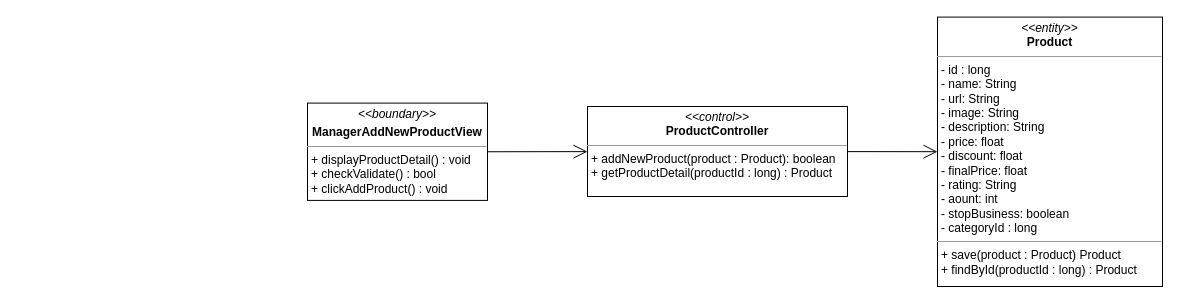
Above: class diagram/manager-update-product-class-diagram.drawio in nguyenphamvan/datn_20202 (draw.io), before the change. Source tidied: cells renumbered, new cells numbered last; positions are measured from the earlier drawing's top-left corner, leaving out a move shared by most shapes. Both pictures are drawn from the tidied source at 100%, with x=0, y=0 at pixel (307, 17).
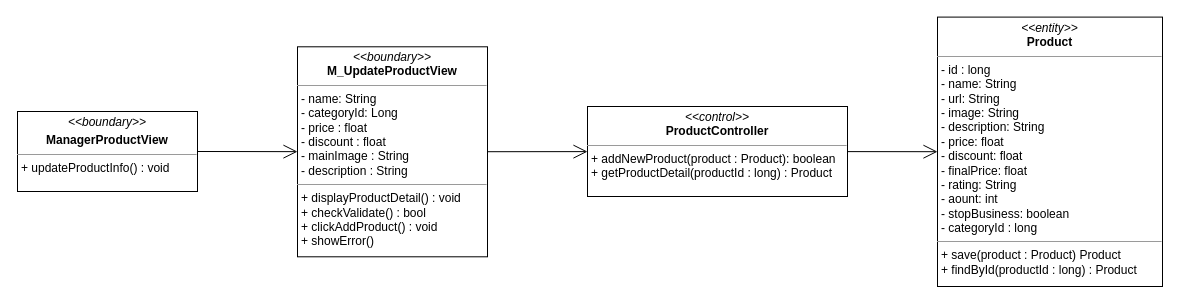
After the change.

The edit, as a diff of the source:
```diff
@@
 <mxGraphModel>
   <root>
     <mxCell id="0" />
     <mxCell id="1" parent="0" />
-    <mxCell id="2" value="&lt;p style=&quot;margin: 0px ; margin-top: 4px ; text-align: center&quot;&gt;&lt;i&gt;&amp;lt;&amp;lt;boundary&amp;gt;&amp;gt;&lt;/i&gt;&lt;/p&gt;&lt;p style=&quot;margin: 0px ; margin-top: 4px ; text-align: center&quot;&gt;&lt;b&gt;ManagerAddNewProductView&lt;/b&gt;&lt;/p&gt;&lt;hr size=&quot;1&quot;&gt;&lt;p style=&quot;margin: 0px ; margin-left: 4px&quot;&gt;&lt;span&gt;+ displayProductDetail() : void&lt;/span&gt;&lt;/p&gt;&lt;p style=&quot;margin: 0px ; margin-left: 4px&quot;&gt;&lt;span&gt;+ checkValidate() : bool&lt;/span&gt;&lt;/p&gt;&lt;p style=&quot;margin: 0px ; margin-left: 4px&quot;&gt;&lt;span&gt;+ clickAddProduct() : void&lt;/span&gt;&lt;/p&gt;" style="verticalAlign=top;align=left;overflow=fill;fontSize=12;fontFamily=Helvetica;html=1;" parent="1" vertex="1">
-      <mxGeometry y="85.6" width="180" height="97.3" as="geometry" />
+    <mxCell id="2" value="&lt;p style=&quot;margin: 0px ; margin-top: 4px ; text-align: center&quot;&gt;&lt;i&gt;&amp;lt;&amp;lt;boundary&amp;gt;&amp;gt;&lt;/i&gt;&lt;/p&gt;&lt;p style=&quot;margin: 0px ; margin-top: 4px ; text-align: center&quot;&gt;&lt;b&gt;ManagerProductView&lt;/b&gt;&lt;/p&gt;&lt;hr size=&quot;1&quot;&gt;&lt;p style=&quot;margin: 0px ; margin-left: 4px&quot;&gt;&lt;span&gt;+ updateProductInfo() : void&lt;br&gt;&lt;/span&gt;&lt;/p&gt;" style="verticalAlign=top;align=left;overflow=fill;fontSize=12;fontFamily=Helvetica;html=1;" parent="1" vertex="1">
+      <mxGeometry x="-290" y="94" width="180" height="80" as="geometry" />
     </mxCell>
-    <mxCell id="3" style="endArrow=open;endFill=1;endSize=12;html=1;exitX=1;exitY=0.5;exitDx=0;exitDy=0;" parent="1" edge="1" source="2" target="4">
+    <mxCell id="3" style="endArrow=open;endFill=1;endSize=12;html=1;exitX=1;exitY=0.5;exitDx=0;exitDy=0;" parent="1" edge="1" source="2" target="7">
       <mxGeometry relative="1" as="geometry" />
     </mxCell>
     <mxCell id="4" value="&lt;p style=&quot;margin: 0px ; margin-top: 4px ; text-align: center&quot;&gt;&lt;i&gt;&amp;lt;&amp;lt;control&amp;gt;&amp;gt;&lt;/i&gt;&lt;br&gt;&lt;b&gt;ProductController&lt;/b&gt;&lt;/p&gt;&lt;hr size=&quot;1&quot;&gt;&lt;p style=&quot;margin: 0px ; margin-left: 4px&quot;&gt;+ addNewProduct(product : Product): boolean&lt;br&gt;&lt;/p&gt;&lt;p style=&quot;margin: 0px ; margin-left: 4px&quot;&gt;+ getProductDetail(productId : long) : Product&lt;/p&gt;" style="verticalAlign=top;align=left;overflow=fill;fontSize=12;fontFamily=Helvetica;html=1;" parent="1" vertex="1">
       <mxGeometry x="280" y="89" width="260" height="90" as="geometry" />
     </mxCell>
     <mxCell id="5" value="&lt;p style=&quot;margin: 0px ; margin-top: 4px ; text-align: center&quot;&gt;&lt;i&gt;&amp;lt;&amp;lt;entity&amp;gt;&amp;gt;&lt;/i&gt;&lt;br&gt;&lt;b&gt;Product&lt;/b&gt;&lt;/p&gt;&lt;hr size=&quot;1&quot;&gt;&lt;p style=&quot;margin: 0px ; margin-left: 4px&quot;&gt;- id : long&lt;/p&gt;&lt;p style=&quot;margin: 0px ; margin-left: 4px&quot;&gt;- name: String&lt;br&gt;- url: String&lt;/p&gt;&lt;p style=&quot;margin: 0px ; margin-left: 4px&quot;&gt;- image: String&lt;/p&gt;&lt;p style=&quot;margin: 0px ; margin-left: 4px&quot;&gt;- description: String&lt;/p&gt;&lt;p style=&quot;margin: 0px ; margin-left: 4px&quot;&gt;- price: float&lt;/p&gt;&lt;p style=&quot;margin: 0px ; margin-left: 4px&quot;&gt;- discount: float&lt;/p&gt;&lt;p style=&quot;margin: 0px ; margin-left: 4px&quot;&gt;- finalPrice: float&lt;/p&gt;&lt;p style=&quot;margin: 0px ; margin-left: 4px&quot;&gt;- rating: String&lt;/p&gt;&lt;p style=&quot;margin: 0px ; margin-left: 4px&quot;&gt;- aount: int&lt;/p&gt;&lt;p style=&quot;margin: 0px ; margin-left: 4px&quot;&gt;- stopBusiness: boolean&lt;/p&gt;&lt;p style=&quot;margin: 0px ; margin-left: 4px&quot;&gt;- categoryId : long&lt;/p&gt;&lt;hr size=&quot;1&quot;&gt;&lt;p style=&quot;margin: 0px ; margin-left: 4px&quot;&gt;+ save(product : Product) Product&lt;/p&gt;&lt;p style=&quot;margin: 0px ; margin-left: 4px&quot;&gt;+ findById(productId : long) : Product&lt;/p&gt;" style="verticalAlign=top;align=left;overflow=fill;fontSize=12;fontFamily=Helvetica;html=1;" parent="1" vertex="1">
       <mxGeometry x="630" y="-0.4" width="225" height="269.4" as="geometry" />
     </mxCell>
     <mxCell id="6" style="endArrow=open;endFill=1;endSize=12;html=1;" parent="1" edge="1" source="4" target="5">
       <mxGeometry relative="1" as="geometry" />
     </mxCell>
+    <mxCell id="7" value="&lt;p style=&quot;margin: 0px ; margin-top: 4px ; text-align: center&quot;&gt;&lt;i&gt;&amp;lt;&amp;lt;boundary&amp;gt;&amp;gt;&lt;/i&gt;&lt;br&gt;&lt;b&gt;M_UpdateProductView&lt;/b&gt;&lt;/p&gt;&lt;hr size=&quot;1&quot;&gt;&lt;p style=&quot;margin: 0px ; margin-left: 4px&quot;&gt;- name: String&lt;br&gt;- categoryId: Long&lt;/p&gt;&lt;p style=&quot;margin: 0px ; margin-left: 4px&quot;&gt;- price : float&lt;/p&gt;&lt;p style=&quot;margin: 0px ; margin-left: 4px&quot;&gt;- discount : float&lt;/p&gt;&lt;p style=&quot;margin: 0px ; margin-left: 4px&quot;&gt;- mainImage : String&lt;/p&gt;&lt;p style=&quot;margin: 0px ; margin-left: 4px&quot;&gt;- description : String&lt;/p&gt;&lt;hr size=&quot;1&quot;&gt;&lt;p style=&quot;margin: 0px 0px 0px 4px&quot;&gt;+ displayProductDetail() : void&lt;/p&gt;&lt;p style=&quot;margin: 0px 0px 0px 4px&quot;&gt;+ checkValidate() : bool&lt;/p&gt;&lt;p style=&quot;margin: 0px 0px 0px 4px&quot;&gt;+ clickAddProduct() : void&lt;/p&gt;&lt;p style=&quot;margin: 0px 0px 0px 4px&quot;&gt;+ showError()&lt;/p&gt;" style="verticalAlign=top;align=left;overflow=fill;fontSize=12;fontFamily=Helvetica;html=1;" parent="1" vertex="1">
+      <mxGeometry x="-10" y="29.3" width="190" height="210" as="geometry" />
+    </mxCell>
+    <mxCell id="8" style="endArrow=open;endFill=1;endSize=12;html=1;" parent="1" edge="1" source="7" target="4">
+      <mxGeometry relative="1" as="geometry" />
+    </mxCell>
   </root>
 </mxGraphModel>
```
